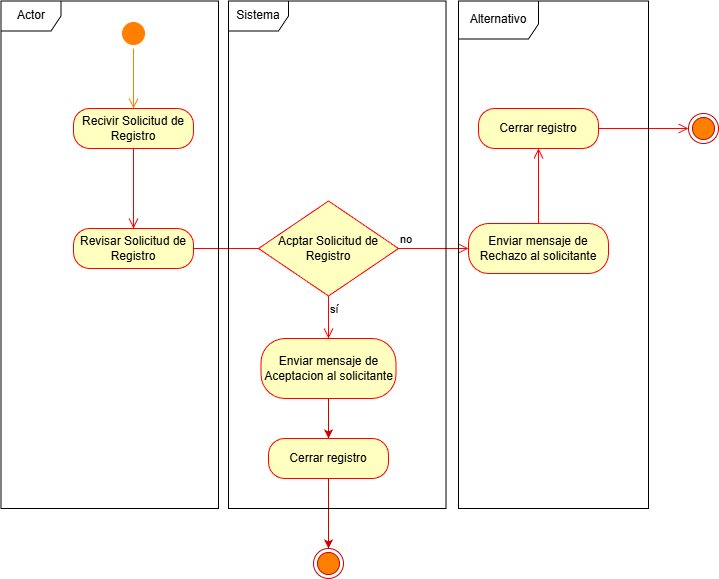
Before: Misael/Clase_2 Proyecto/Unidad 2/Diagrama Actividad/Diagrama de actividad-Aceptar_Rechazar Solicitud de Registro_2_.drawio.png, a diagram exported from draw.io (misaeluno/Proyecto-de-Software). Source tidied: cells renumbered, new cells last; positions are measured from the earlier drawing's top-left corner, leaving out a move shared by most shapes.
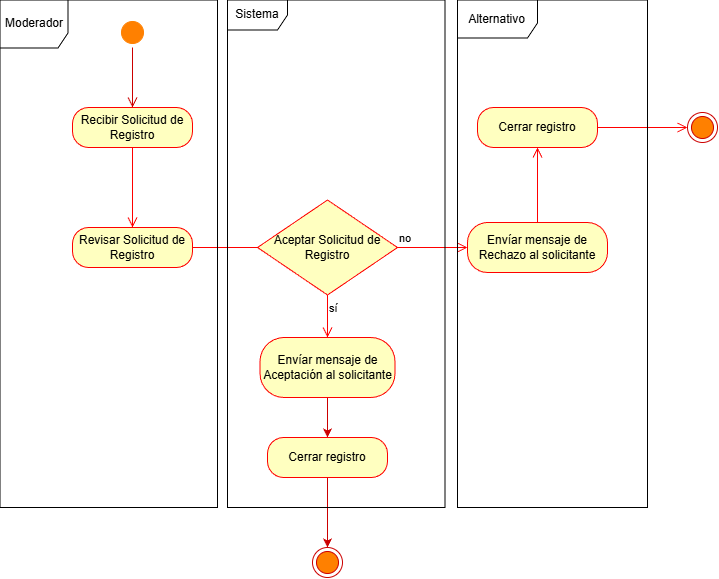
Later version of the same file.

Change to the diagram source:
```diff
@@ -5,12 +5,12 @@
     <mxCell id="2" style="ellipse;html=1;shape=startState;fillColor=#FF8000;strokeColor=#FF8000;" parent="1" vertex="1">
       <mxGeometry x="118" y="18" width="30" height="30" as="geometry" />
     </mxCell>
-    <mxCell id="3" style="edgeStyle=orthogonalEdgeStyle;html=1;verticalAlign=bottom;endArrow=open;endSize=8;strokeColor=#FF8000;rounded=0;" parent="1" edge="1" source="2">
+    <mxCell id="3" style="edgeStyle=orthogonalEdgeStyle;html=1;verticalAlign=bottom;endArrow=open;endSize=8;strokeColor=#CC0000;rounded=0;" parent="1" edge="1" source="2">
       <mxGeometry relative="1" as="geometry">
         <mxPoint x="133" y="108" as="targetPoint" />
       </mxGeometry>
     </mxCell>
-    <mxCell id="4" value="&lt;font style=&quot;color: rgb(0, 0, 0);&quot;&gt;Recivir Solicitud de Registro&lt;/font&gt;" style="rounded=1;whiteSpace=wrap;html=1;arcSize=40;fontColor=#000000;fillColor=#ffffc0;strokeColor=#ff0000;" parent="1" vertex="1">
+    <mxCell id="4" value="&lt;font style=&quot;color: rgb(0, 0, 0);&quot;&gt;Recibir Solicitud de Registro&lt;/font&gt;" style="rounded=1;whiteSpace=wrap;html=1;arcSize=40;fontColor=#000000;fillColor=#ffffc0;strokeColor=#ff0000;" parent="1" vertex="1">
       <mxGeometry x="73" y="108" width="120" height="40" as="geometry" />
     </mxCell>
     <mxCell id="5" style="edgeStyle=orthogonalEdgeStyle;html=1;verticalAlign=bottom;endArrow=open;endSize=8;strokeColor=#ff0000;rounded=0;exitX=0.5;exitY=1;exitDx=0;exitDy=0;entryX=0.5;entryY=0;entryDx=0;entryDy=0;" parent="1" edge="1" source="4" target="6">
@@ -29,7 +29,7 @@
         <mxPoint x="288" y="248" as="targetPoint" />
       </mxGeometry>
     </mxCell>
-    <mxCell id="8" value="&lt;font style=&quot;color: rgb(0, 0, 0);&quot;&gt;Acptar Solicitud de Registro&lt;/font&gt;" style="rhombus;whiteSpace=wrap;html=1;fontColor=#000000;fillColor=#ffffc0;strokeColor=#ff0000;" parent="1" vertex="1">
+    <mxCell id="8" value="&lt;font style=&quot;color: rgb(0, 0, 0);&quot;&gt;Aceptar Solicitud de Registro&lt;/font&gt;" style="rhombus;whiteSpace=wrap;html=1;fontColor=#000000;fillColor=#ffffc0;strokeColor=#ff0000;" parent="1" vertex="1">
       <mxGeometry x="258" y="200.5" width="140" height="95" as="geometry" />
     </mxCell>
     <mxCell id="9" value="no" style="edgeStyle=orthogonalEdgeStyle;html=1;align=left;verticalAlign=bottom;endArrow=open;endSize=8;strokeColor=#ff0000;rounded=0;" parent="1" edge="1" source="8">
@@ -43,7 +43,7 @@
     <mxCell id="11" style="edgeStyle=orthogonalEdgeStyle;rounded=0;jettySize=auto;html=1;strokeColor=#CC0000;" parent="1" edge="1" source="12" target="19">
       <mxGeometry relative="1" as="geometry" />
     </mxCell>
-    <mxCell id="12" value="&lt;font style=&quot;color: rgb(0, 0, 0);&quot;&gt;Enviar mensaje de Aceptacion al solicitante&lt;/font&gt;" style="rounded=1;whiteSpace=wrap;html=1;arcSize=40;fontColor=#000000;fillColor=#ffffc0;strokeColor=#ff0000;" parent="1" vertex="1">
+    <mxCell id="12" value="&lt;font style=&quot;color: rgb(0, 0, 0);&quot;&gt;Envíar mensaje de Aceptación al solicitante&lt;/font&gt;" style="rounded=1;whiteSpace=wrap;html=1;arcSize=40;fontColor=#000000;fillColor=#ffffc0;strokeColor=#ff0000;" parent="1" vertex="1">
       <mxGeometry x="260.5" y="338" width="135" height="60" as="geometry" />
     </mxCell>
     <mxCell id="13" value="&lt;font style=&quot;color: rgb(0, 0, 0);&quot;&gt;Cerrar registro&lt;/font&gt;" style="rounded=1;whiteSpace=wrap;html=1;arcSize=40;fontColor=#000000;fillColor=#ffffc0;strokeColor=#ff0000;" parent="1" vertex="1">
@@ -55,7 +55,7 @@
     <mxCell id="15" style="ellipse;html=1;shape=endState;fillColor=#FF8000;strokeColor=#CC0000;" parent="1" vertex="1">
       <mxGeometry x="688" y="113" width="30" height="30" as="geometry" />
     </mxCell>
-    <mxCell id="16" value="&lt;font style=&quot;color: rgb(0, 0, 0);&quot;&gt;Enviar mensaje de Rechazo al solicitante&lt;/font&gt;" style="rounded=1;whiteSpace=wrap;html=1;arcSize=40;fontColor=#000000;fillColor=#ffffc0;strokeColor=#ff0000;" parent="1" vertex="1">
+    <mxCell id="16" value="&lt;font style=&quot;color: rgb(0, 0, 0);&quot;&gt;Envíar mensaje de Rechazo al solicitante&lt;/font&gt;" style="rounded=1;whiteSpace=wrap;html=1;arcSize=40;fontColor=#000000;fillColor=#ffffc0;strokeColor=#ff0000;" parent="1" vertex="1">
       <mxGeometry x="468" y="223" width="140" height="50" as="geometry" />
     </mxCell>
     <mxCell id="17" style="edgeStyle=orthogonalEdgeStyle;html=1;verticalAlign=bottom;endArrow=open;endSize=8;strokeColor=#ff0000;rounded=0;" parent="1" edge="1" source="16" target="13">
@@ -70,7 +70,7 @@
     <mxCell id="20" style="ellipse;html=1;shape=endState;fillColor=#FF8000;strokeColor=#CC0000;" parent="1" vertex="1">
       <mxGeometry x="313" y="548" width="30" height="30" as="geometry" />
     </mxCell>
-    <mxCell id="21" value="Actor" style="shape=umlFrame;whiteSpace=wrap;html=1;" parent="1" vertex="1">
+    <mxCell id="21" value="Moderador" style="shape=umlFrame;whiteSpace=wrap;html=1;width=68;height=48;" parent="1" vertex="1">
       <mxGeometry x="0.5" y="0.5" width="217.5" height="507.5" as="geometry" />
     </mxCell>
     <mxCell id="22" value="Sistema" style="shape=umlFrame;whiteSpace=wrap;html=1;" parent="1" vertex="1">
```
